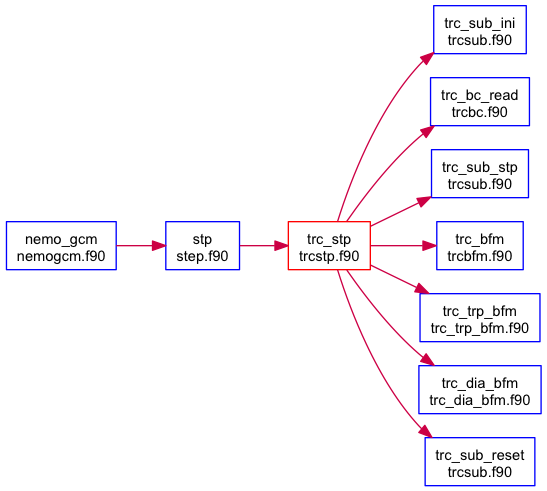
Earlier version of the Graphviz export doc/nemo/Figures/trc_stp.png (marco-zavatarelli/BFM17-56). Its source is kept beside it as doc/nemo/Figures/trc_stp.dot.
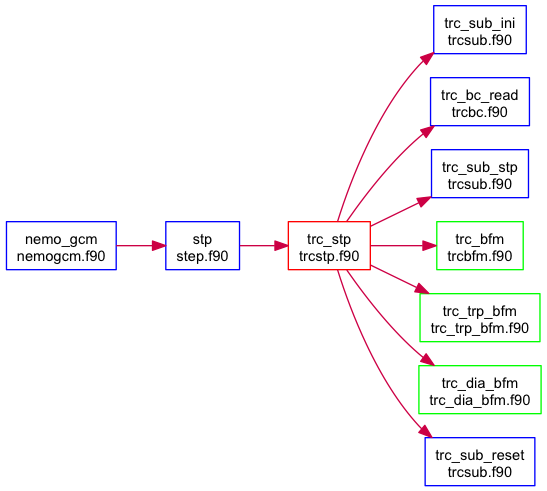
Later version of the same file.

Diff of the diagram source:
```diff
@@ -12,11 +12,11 @@
   __N5 [label="trc_sub_stp
 trcsub.f90"];
   __N7 [label="trc_bfm
-trcbfm.f90"];
+trcbfm.f90", color="green"];
   __N8 [label="trc_trp_bfm
-trc_trp_bfm.f90"];
+trc_trp_bfm.f90", color="green"];
   __N9 [label="trc_dia_bfm
-trc_dia_bfm.f90"];
+trc_dia_bfm.f90", color="green"];
   __N10 [label="trc_sub_reset
 trcsub.f90"];
   __N12 [label="stp
```
